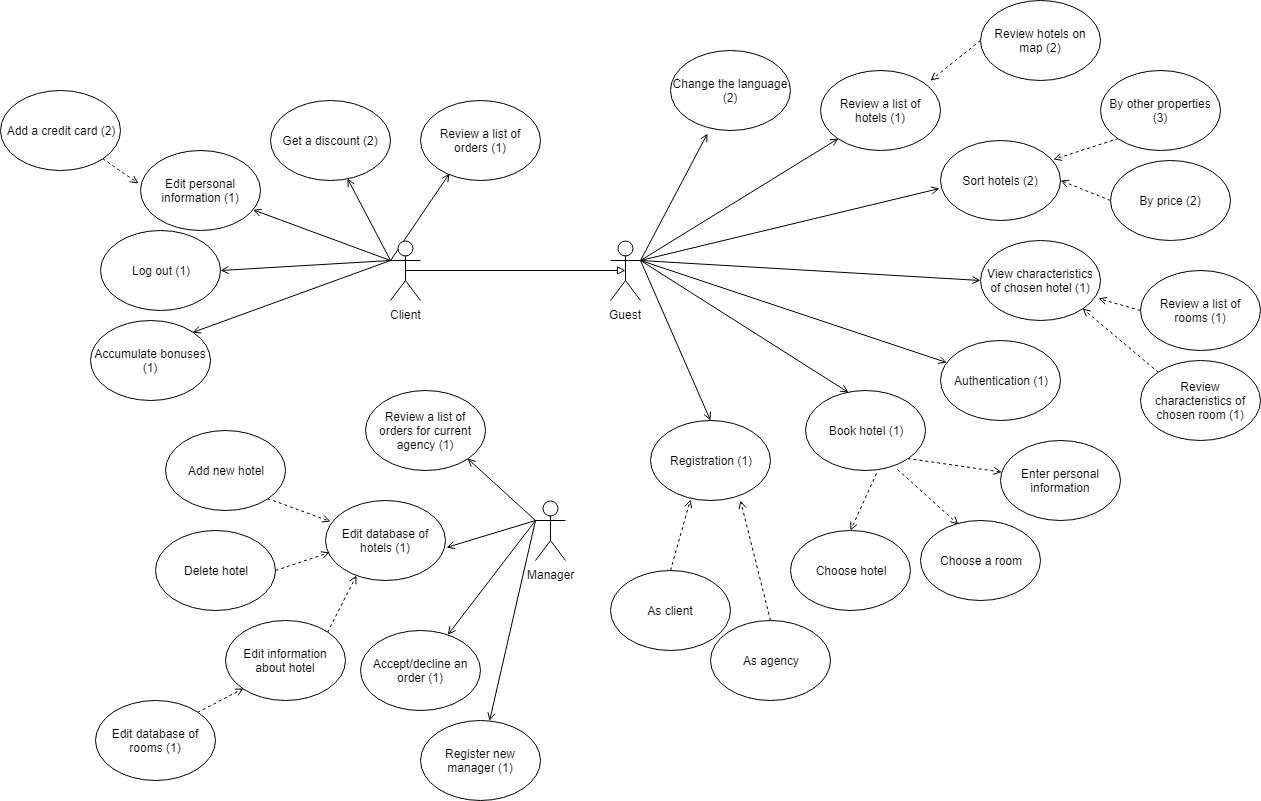
This is docs/UseCase.png from telamar/HotelBooking, a draw.io export, as it was before one commit. Source tidied: cells renumbered, new cells last; positions are measured from the earlier drawing's top-left corner, leaving out a move shared by most shapes.
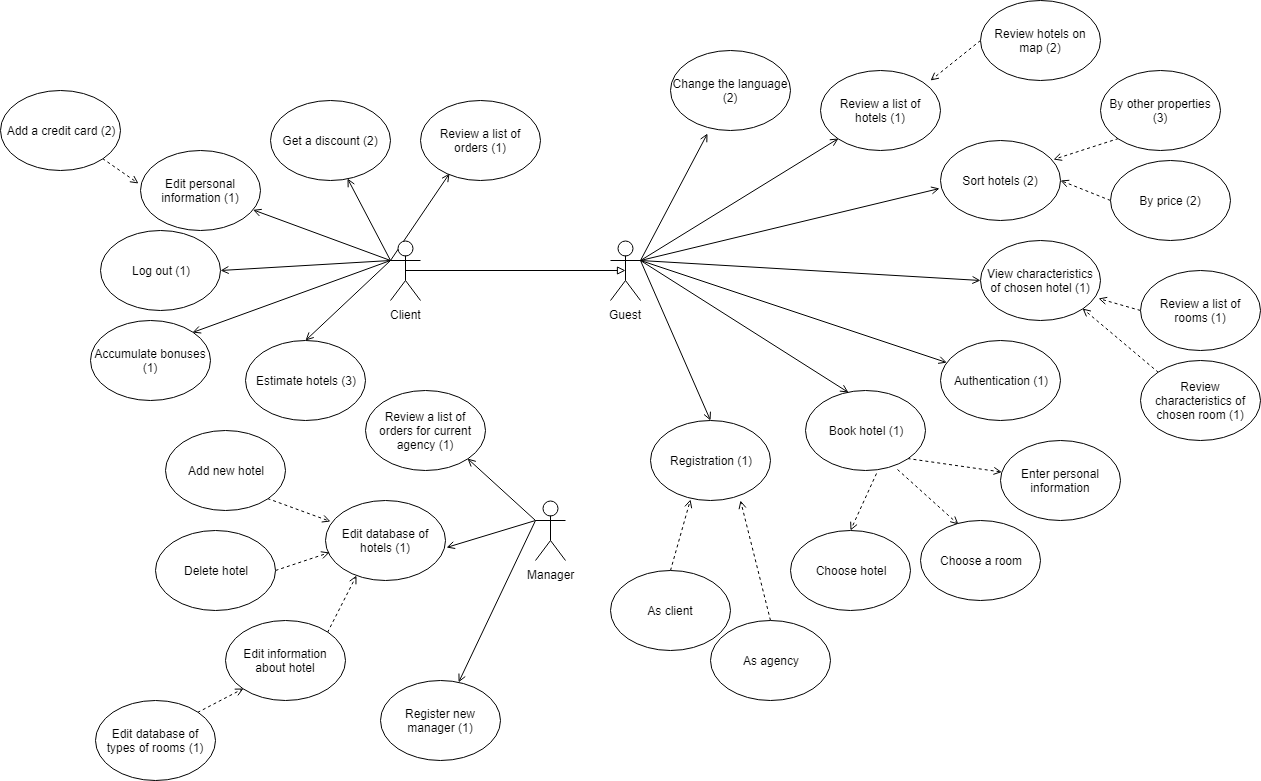
After the commit.

Commit message:
Updated er-model, use case diagram and table schema

Diff of the diagram source:
```diff
@@ -82,6 +82,9 @@
     <mxCell id="27" style="edgeStyle=none;rounded=0;jettySize=auto;html=1;exitX=0;exitY=0.3333333333333333;exitDx=0;exitDy=0;exitPerimeter=0;entryX=0.242;entryY=0.913;entryDx=0;entryDy=0;entryPerimeter=0;endArrow=open;endFill=0;" parent="1" edge="1" source="28" target="55">
       <mxGeometry relative="1" as="geometry" />
     </mxCell>
+    <mxCell id="68" style="rounded=0;jettySize=auto;html=1;exitX=0;exitY=0.3333333333333333;exitDx=0;exitDy=0;exitPerimeter=0;entryX=0.5;entryY=0;entryDx=0;entryDy=0;endArrow=open;endFill=0;" parent="1" edge="1" source="28" target="69">
+      <mxGeometry relative="1" as="geometry" />
+    </mxCell>
     <mxCell id="28" value="Client" style="shape=umlActor;verticalLabelPosition=bottom;labelBackgroundColor=#ffffff;verticalAlign=top;html=1;outlineConnect=0;" parent="1" vertex="1">
       <mxGeometry x="390" y="240" width="30" height="60" as="geometry" />
     </mxCell>
@@ -103,9 +106,6 @@
     <mxCell id="34" style="edgeStyle=none;rounded=0;jettySize=auto;html=1;exitX=0;exitY=0.3333333333333333;exitDx=0;exitDy=0;exitPerimeter=0;entryX=1.008;entryY=0.588;entryDx=0;entryDy=0;entryPerimeter=0;endArrow=open;endFill=0;" parent="1" edge="1" source="38" target="33">
       <mxGeometry relative="1" as="geometry" />
     </mxCell>
-    <mxCell id="35" style="edgeStyle=none;rounded=0;jettySize=auto;html=1;exitX=0;exitY=0.3333333333333333;exitDx=0;exitDy=0;exitPerimeter=0;endArrow=open;endFill=0;" parent="1" edge="1" source="38" target="45">
-      <mxGeometry relative="1" as="geometry" />
-    </mxCell>
     <mxCell id="36" style="edgeStyle=none;rounded=0;jettySize=auto;html=1;exitX=0;exitY=0.3333333333333333;exitDx=0;exitDy=0;exitPerimeter=0;entryX=1;entryY=1;entryDx=0;entryDy=0;endArrow=open;endFill=0;" parent="1" edge="1" source="38" target="46">
       <mxGeometry relative="1" as="geometry" />
     </mxCell>
@@ -133,9 +133,6 @@
     <mxCell id="44" value="Edit information about hotel" style="ellipse;whiteSpace=wrap;html=1;" parent="1" vertex="1">
       <mxGeometry x="225" y="620" width="120" height="80" as="geometry" />
     </mxCell>
-    <mxCell id="45" value="Accept/decline an order (1)" style="ellipse;whiteSpace=wrap;html=1;" parent="1" vertex="1">
-      <mxGeometry x="360" y="630" width="120" height="80" as="geometry" />
-    </mxCell>
     <mxCell id="46" value="Review a list of orders for current agency (1)" style="ellipse;whiteSpace=wrap;html=1;" parent="1" vertex="1">
       <mxGeometry x="365" y="390" width="120" height="80" as="geometry" />
     </mxCell>
@@ -171,7 +168,7 @@
     <mxCell id="56" style="edgeStyle=none;rounded=0;jettySize=auto;html=1;exitX=1;exitY=0;exitDx=0;exitDy=0;entryX=0;entryY=1;entryDx=0;entryDy=0;endArrow=open;endFill=0;dashed=1;" parent="1" edge="1" source="57" target="44">
       <mxGeometry relative="1" as="geometry" />
     </mxCell>
-    <mxCell id="57" value="Edit database of rooms (1)" style="ellipse;whiteSpace=wrap;html=1;" parent="1" vertex="1">
+    <mxCell id="57" value="Edit database of types of rooms (1)" style="ellipse;whiteSpace=wrap;html=1;" parent="1" vertex="1">
       <mxGeometry x="95" y="700" width="120" height="80" as="geometry" />
     </mxCell>
     <mxCell id="58" style="edgeStyle=none;rounded=0;jettySize=auto;html=1;exitX=0;exitY=1;exitDx=0;exitDy=0;entryX=0.942;entryY=0.238;entryDx=0;entryDy=0;entryPerimeter=0;dashed=1;endArrow=open;endFill=0;" parent="1" edge="1" source="59" target="12">
@@ -202,7 +199,10 @@
       <mxGeometry y="90" width="120" height="80" as="geometry" />
     </mxCell>
     <mxCell id="67" value="Register new manager (1)" style="ellipse;whiteSpace=wrap;html=1;" parent="1" vertex="1">
-      <mxGeometry x="420" y="720" width="120" height="80" as="geometry" />
+      <mxGeometry x="380" y="680" width="120" height="80" as="geometry" />
     </mxCell>
+    <mxCell id="69" value="Estimate hotels (3)" style="ellipse;whiteSpace=wrap;html=1;" parent="1" vertex="1">
+      <mxGeometry x="245" y="340" width="120" height="80" as="geometry" />
+    </mxCell>
   </root>
 </mxGraphModel>
```
